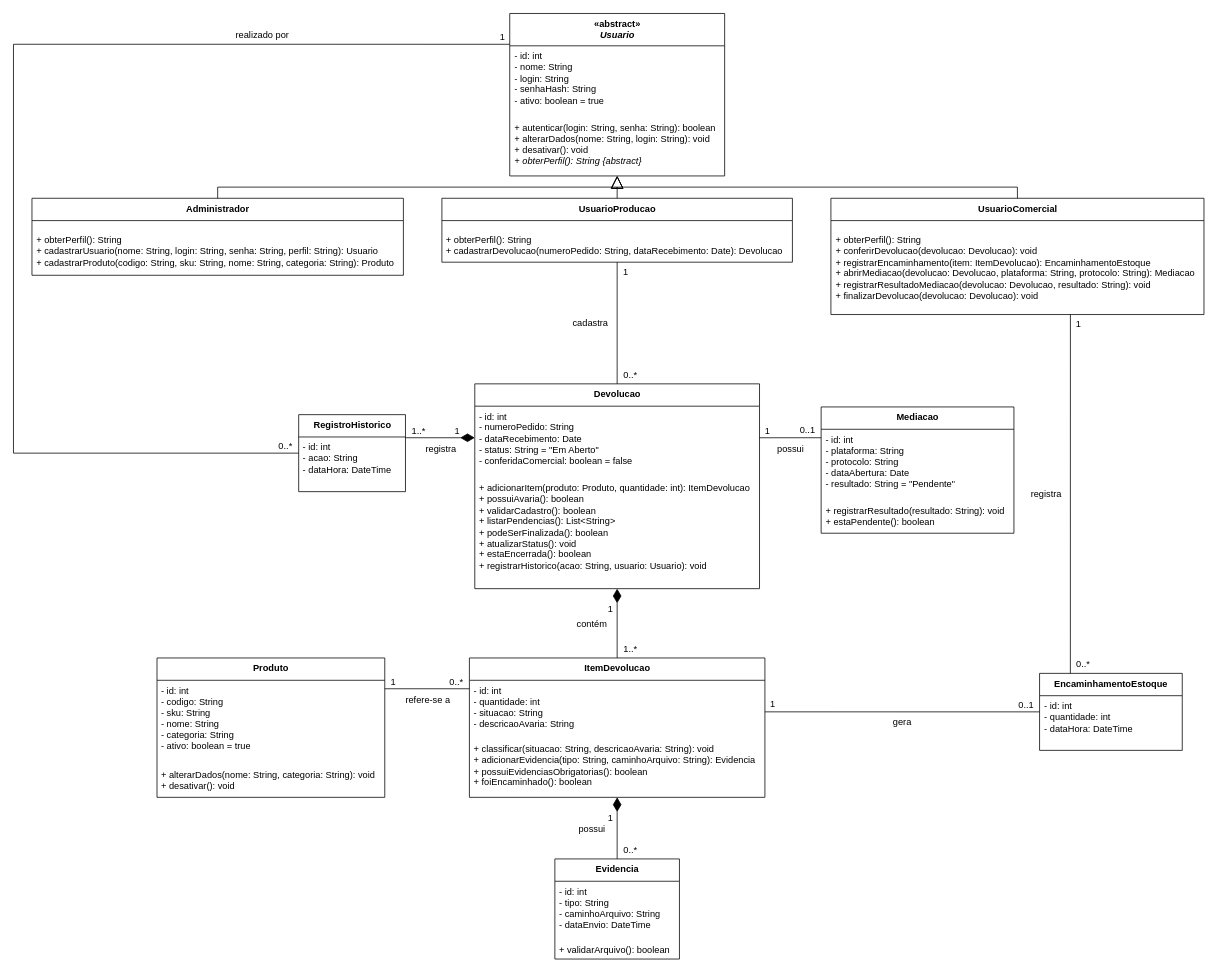
Above: docs/classes.drawio in sophiarossat0/sistema-devolucoes (draw.io), before the change. Source tidied: cells renumbered, new cells numbered last; positions are measured from the earlier drawing's top-left corner, leaving out a move shared by most shapes. Both pictures are drawn from the tidied source at 77%, with x=0, y=0 at pixel (13, 13).
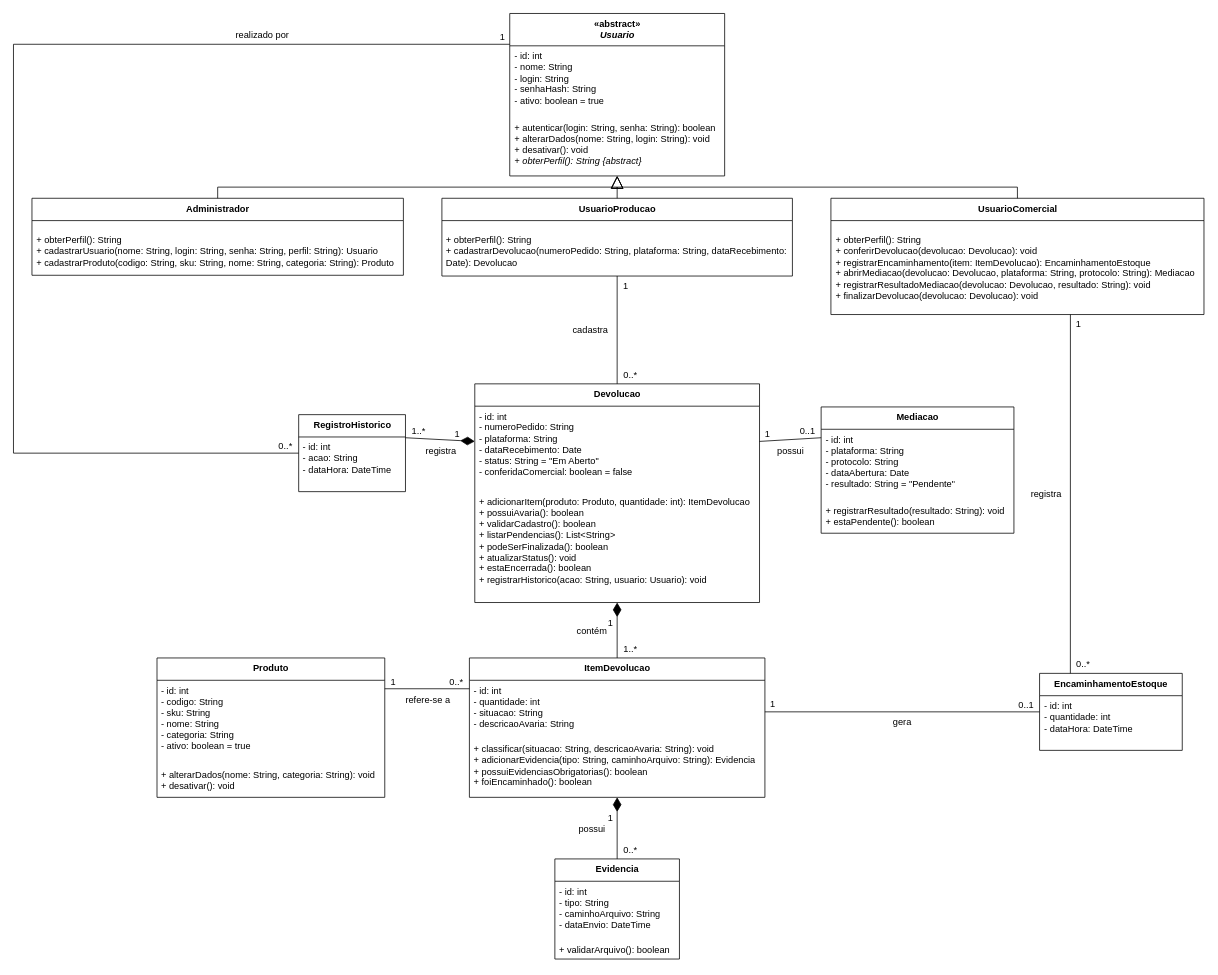
The same page after the edit.

Commit message (it also covers changes not shown here):
feat: adiciona plataforma de origem no cadastro da devolucao

Change to the diagram source:
```diff
@@
     <mxCell id="8" value="UsuarioProducao" style="swimlane;fontStyle=1;align=center;verticalAlign=top;horizontal=1;startSize=29;html=1;fontSize=12;" parent="1" vertex="1">
-      <mxGeometry x="556.4" y="240" width="455.2" height="83" as="geometry" />
+      <mxGeometry x="556.4" y="240" width="455.2" height="101" as="geometry" />
     </mxCell>
@@
-    <mxCell id="10" value="+ obterPerfil(): String&lt;br&gt;+ cadastrarDevolucao(numeroPedido: String, dataRecebimento: Date): Devolucao" style="text;strokeColor=none;fillColor=none;align=left;verticalAlign=top;spacingLeft=4;spacingRight=4;overflow=hidden;whiteSpace=wrap;html=1;fontSize=12;" parent="8" vertex="1">
-      <mxGeometry y="41" width="455.2" height="42" as="geometry" />
+    <mxCell id="10" value="+ obterPerfil(): String&lt;br&gt;+ cadastrarDevolucao(numeroPedido: String, plataforma: String, dataRecebimento: Date): Devolucao" style="text;strokeColor=none;fillColor=none;align=left;verticalAlign=top;spacingLeft=4;spacingRight=4;overflow=hidden;whiteSpace=wrap;html=1;fontSize=12;" parent="8" vertex="1">
+      <mxGeometry y="41" width="455.2" height="60" as="geometry" />
     </mxCell>
@@
     <mxCell id="17" value="Devolucao" style="swimlane;fontStyle=1;align=center;verticalAlign=top;horizontal=1;startSize=29;html=1;fontSize=12;" parent="1" vertex="1">
-      <mxGeometry x="599.1" y="481" width="369.8" height="266" as="geometry" />
+      <mxGeometry x="599.1" y="481" width="369.8" height="284" as="geometry" />
     </mxCell>
-    <mxCell id="18" value="- id: int&lt;br&gt;- numeroPedido: String&lt;br&gt;- dataRecebimento: Date&lt;br&gt;- status: String = &amp;quot;Em Aberto&amp;quot;&lt;br&gt;- conferidaComercial: boolean = false" style="text;strokeColor=none;fillColor=none;align=left;verticalAlign=top;spacingLeft=4;spacingRight=4;overflow=hidden;whiteSpace=wrap;html=1;fontSize=12;" parent="17" vertex="1">
-      <mxGeometry y="29" width="369.8" height="93" as="geometry" />
+    <mxCell id="18" value="- id: int&lt;br&gt;- numeroPedido: String&lt;br&gt;- plataforma: String&lt;br&gt;- dataRecebimento: Date&lt;br&gt;- status: String = &amp;quot;Em Aberto&amp;quot;&lt;br&gt;- conferidaComercial: boolean = false" style="text;strokeColor=none;fillColor=none;align=left;verticalAlign=top;spacingLeft=4;spacingRight=4;overflow=hidden;whiteSpace=wrap;html=1;fontSize=12;" parent="17" vertex="1">
+      <mxGeometry y="29" width="369.8" height="111" as="geometry" />
     </mxCell>
     <mxCell id="19" value="+ adicionarItem(produto: Produto, quantidade: int): ItemDevolucao&lt;br&gt;+ possuiAvaria(): boolean&lt;br&gt;+ validarCadastro(): boolean&lt;br&gt;+ listarPendencias(): List&amp;lt;String&amp;gt;&lt;br&gt;+ podeSerFinalizada(): boolean&lt;br&gt;+ atualizarStatus(): void&lt;br&gt;+ estaEncerrada(): boolean&lt;br&gt;+ registrarHistorico(acao: String, usuario: Usuario): void" style="text;strokeColor=none;fillColor=none;align=left;verticalAlign=top;spacingLeft=4;spacingRight=4;overflow=hidden;whiteSpace=wrap;html=1;fontSize=12;" parent="17" vertex="1">
-      <mxGeometry y="122" width="369.8" height="144" as="geometry" />
+      <mxGeometry y="140" width="369.8" height="144" as="geometry" />
     </mxCell>
```
